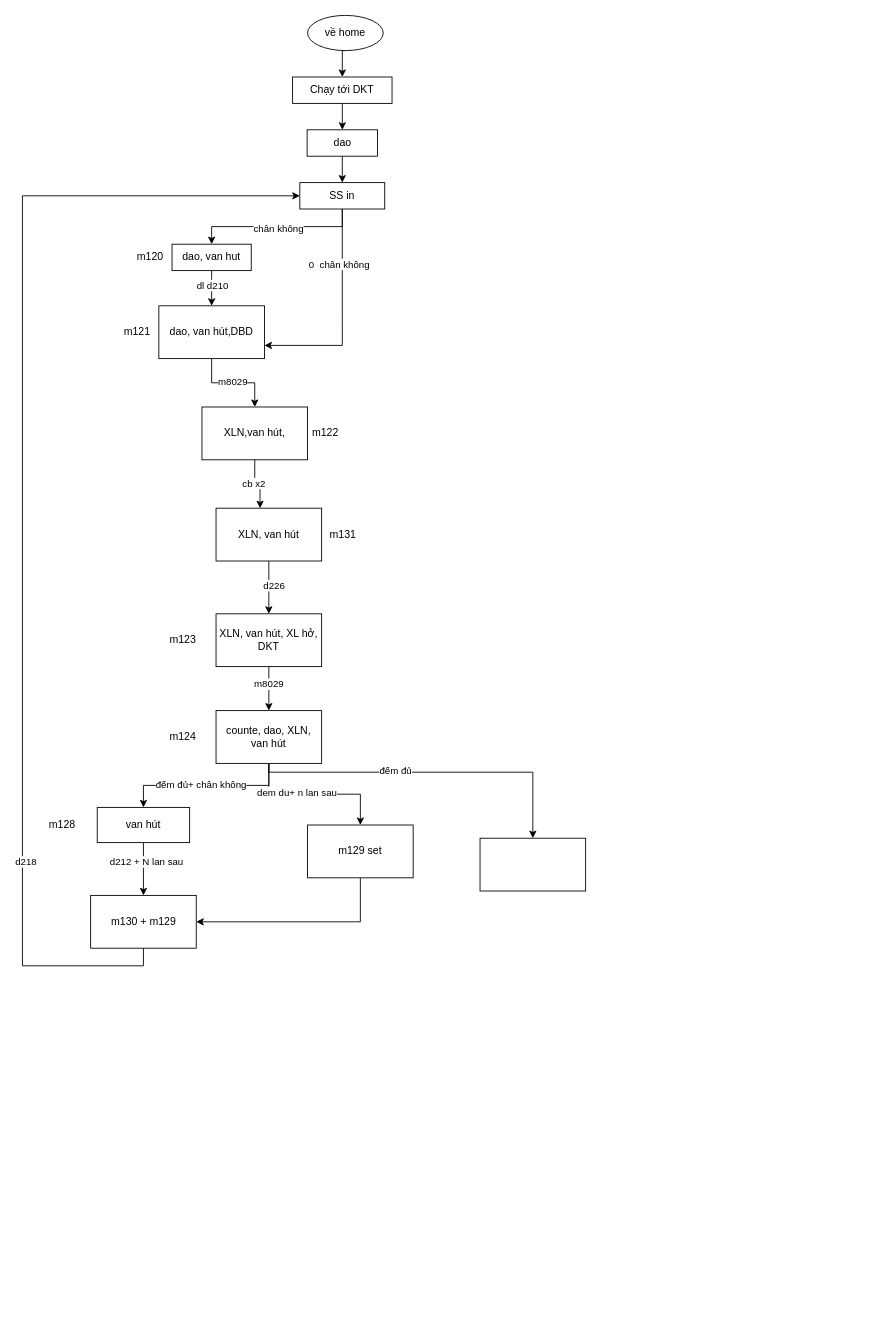
This is trai muc sau.drawio from robowindgit/a0-quyencun, a draw.io file, before an edit. Source tidied: cells renumbered, new cells numbered last; positions are measured from the earlier drawing's top-left corner, leaving out a move shared by most shapes. Both pictures are drawn from the tidied source at 88%, with x=0, y=0 at pixel (22, 15).
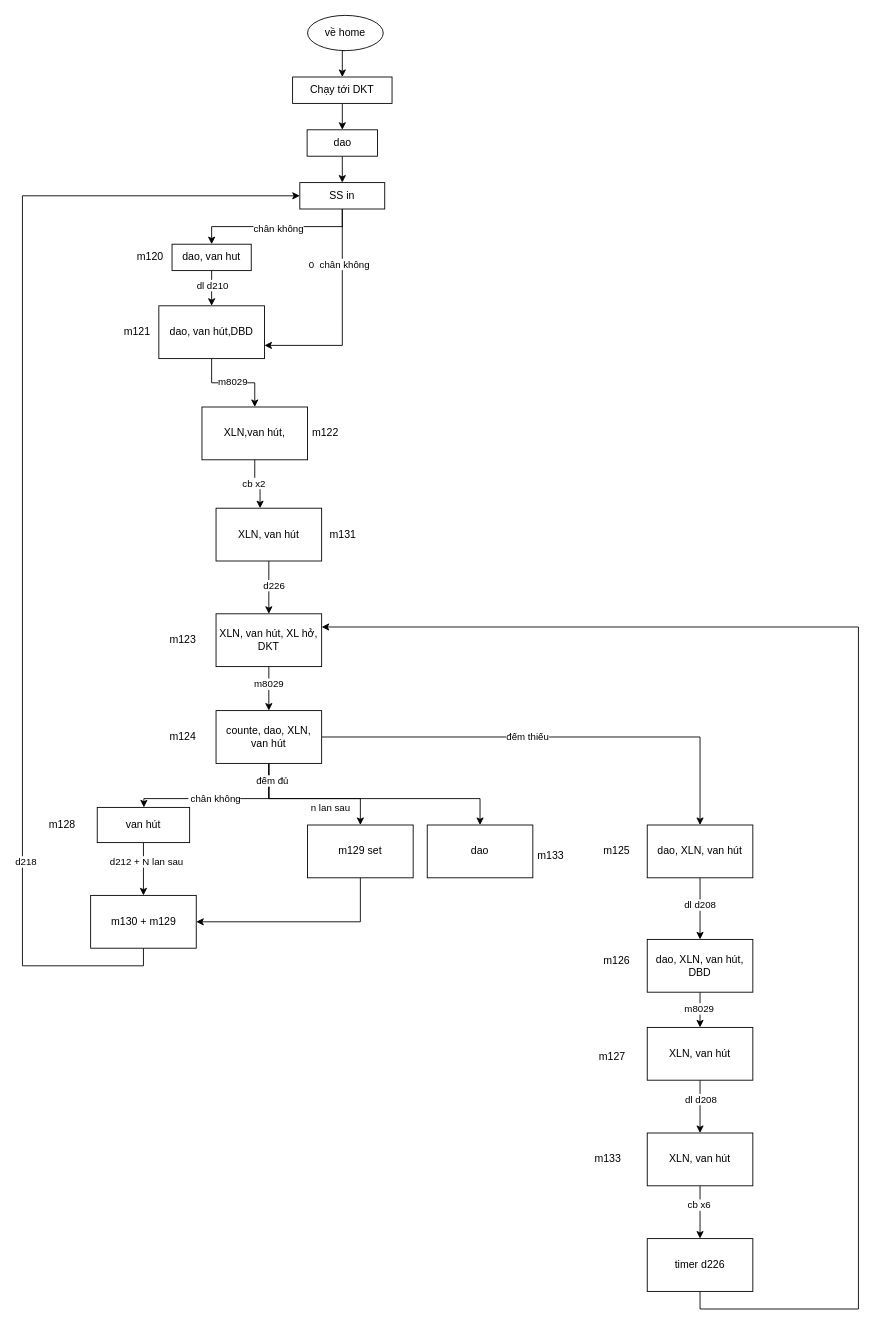
The same diagram, later.

Commit message:
Cập nhật trai muc sau.drawio

The change refers to these unchanged cells:
```xml
<mxCell id="27" value="XLN, van hút, XL hở, DKT" style="whiteSpace=wrap;html=1;" parent="1" vertex="1">
  <mxGeometry x="220" y="680" width="120" height="60" as="geometry" />
</mxCell>
<mxCell id="39" value="counte, dao, XLN, van hút" style="whiteSpace=wrap;html=1;" parent="1" vertex="1">
  <mxGeometry x="220" y="790" width="120" height="60" as="geometry" />
</mxCell>
<mxCell id="43" value="van hút" style="whiteSpace=wrap;html=1;" parent="1" vertex="1">
  <mxGeometry x="85" y="900" width="105" height="40" as="geometry" />
</mxCell>
<mxCell id="49" value="m129 set" style="whiteSpace=wrap;html=1;" parent="1" vertex="1">
  <mxGeometry x="324" y="920" width="120" height="60" as="geometry" />
</mxCell>
```

Diff of the diagram source:
```diff
@@
     <mxCell id="33" style="edgeStyle=orthogonalEdgeStyle;rounded=0;jettySize=auto;html=1;exitX=0.5;exitY=1;exitDx=0;exitDy=0;" parent="1" edge="1" source="39" target="43">
-      <mxGeometry relative="1" as="geometry" />
+      <mxGeometry relative="1" as="geometry">
+        <Array as="points">
+          <mxPoint x="280" y="890" />
+          <mxPoint x="138" y="890" />
+        </Array>
+      </mxGeometry>
     </mxCell>
-    <mxCell id="34" value="đếm đủ+ chân không" style="edgeLabel;html=1;align=center;verticalAlign=middle;" parent="33" vertex="1">
+    <mxCell id="34" value="&amp;nbsp;chân không" style="edgeLabel;html=1;align=center;verticalAlign=middle;" parent="33" vertex="1">
       <mxGeometry x="0.07" y="-1" relative="1" as="geometry" />
     </mxCell>
     <mxCell id="35" style="edgeStyle=orthogonalEdgeStyle;rounded=0;jettySize=auto;html=1;exitX=0.5;exitY=1;exitDx=0;exitDy=0;" parent="1" edge="1" source="39" target="49">
-      <mxGeometry relative="1" as="geometry" />
+      <mxGeometry relative="1" as="geometry">
+        <Array as="points">
+          <mxPoint x="280" y="890" />
+          <mxPoint x="384" y="890" />
+        </Array>
+      </mxGeometry>
     </mxCell>
-    <mxCell id="36" value="dem du+ n lan sau" style="edgeLabel;html=1;align=center;verticalAlign=middle;" parent="35" vertex="1">
+    <mxCell id="36" value="n lan sau" style="edgeLabel;html=1;align=center;verticalAlign=middle;" parent="35" vertex="1">
       <mxGeometry x="-0.25" y="3" relative="1" as="geometry">
-        <mxPoint x="1" as="offset" />
+        <mxPoint x="44" y="13" as="offset" />
       </mxGeometry>
     </mxCell>
     <mxCell id="37" style="edgeStyle=orthogonalEdgeStyle;rounded=0;jettySize=auto;html=1;exitX=0.5;exitY=1;exitDx=0;exitDy=0;entryX=0.5;entryY=0;entryDx=0;entryDy=0;" parent="1" edge="1" source="39" target="50">
       <mxGeometry relative="1" as="geometry">
         <Array as="points">
-          <mxPoint x="280" y="860" />
-          <mxPoint x="580" y="860" />
+          <mxPoint x="280" y="890" />
+          <mxPoint x="520" y="890" />
         </Array>
       </mxGeometry>
     </mxCell>
     <mxCell id="38" value="đếm đủ" style="edgeLabel;html=1;align=center;verticalAlign=middle;" parent="37" vertex="1">
-      <mxGeometry x="-0.21" y="2" relative="1" as="geometry">
-        <mxPoint x="1" as="offset" />
-      </mxGeometry>
+      <mxGeometry x="-0.88" y="3" relative="1" as="geometry" />
     </mxCell>
+    <mxCell id="51" style="edgeStyle=orthogonalEdgeStyle;rounded=0;jettySize=auto;html=1;exitX=1;exitY=0.5;exitDx=0;exitDy=0;entryX=0.5;entryY=0;entryDx=0;entryDy=0;" parent="1" edge="1" source="39" target="55">
+      <mxGeometry relative="1" as="geometry" />
+    </mxCell>
+    <mxCell id="52" value="đếm thiếu" style="edgeLabel;html=1;align=center;verticalAlign=middle;" parent="51" vertex="1">
+      <mxGeometry x="-0.12" y="1" relative="1" as="geometry" />
+    </mxCell>
@@
-    <mxCell id="50" style="whiteSpace=wrap;html=1;" parent="1" vertex="1">
-      <mxGeometry x="520" y="935" width="120" height="60" as="geometry" />
+    <mxCell id="50" value="dao" style="whiteSpace=wrap;html=1;" parent="1" vertex="1">
+      <mxGeometry x="460" y="920" width="120" height="60" as="geometry" />
     </mxCell>
+    <mxCell id="53" style="edgeStyle=orthogonalEdgeStyle;rounded=0;jettySize=auto;html=1;exitX=0.5;exitY=1;exitDx=0;exitDy=0;entryX=0.5;entryY=0;entryDx=0;entryDy=0;" parent="1" edge="1" source="55" target="60">
+      <mxGeometry relative="1" as="geometry" />
+    </mxCell>
+    <mxCell id="54" value="dl d208" style="edgeLabel;html=1;align=center;verticalAlign=middle;" parent="53" vertex="1">
+      <mxGeometry x="-0.15" y="-1" relative="1" as="geometry" />
+    </mxCell>
+    <mxCell id="55" value="dao, XLN, van hút" style="whiteSpace=wrap;html=1;" parent="1" vertex="1">
+      <mxGeometry x="710" y="920" width="120" height="60" as="geometry" />
+    </mxCell>
+    <mxCell id="56" value="m125" style="text;html=1;align=center;verticalAlign=middle;strokeColor=none;fillColor=none;" parent="1" vertex="1">
+      <mxGeometry x="650" y="935" width="50" height="30" as="geometry" />
+    </mxCell>
+    <mxCell id="57" value="m133" style="text;html=1;align=center;verticalAlign=middle;strokeColor=none;fillColor=none;" parent="1" vertex="1">
+      <mxGeometry x="575" y="940" width="50" height="30" as="geometry" />
+    </mxCell>
+    <mxCell id="58" style="edgeStyle=orthogonalEdgeStyle;rounded=0;jettySize=auto;html=1;exitX=0.5;exitY=1;exitDx=0;exitDy=0;" parent="1" edge="1" source="60" target="64">
+      <mxGeometry relative="1" as="geometry" />
+    </mxCell>
+    <mxCell id="59" value="m8029" style="edgeLabel;html=1;align=center;verticalAlign=middle;" parent="58" vertex="1">
+      <mxGeometry x="-0.11" y="-2" relative="1" as="geometry" />
+    </mxCell>
+    <mxCell id="60" value="dao, XLN, van hút, DBD" style="whiteSpace=wrap;html=1;" parent="1" vertex="1">
+      <mxGeometry x="710" y="1050" width="120" height="60" as="geometry" />
+    </mxCell>
+    <mxCell id="61" value="m126" style="text;html=1;align=center;verticalAlign=middle;strokeColor=none;fillColor=none;" parent="1" vertex="1">
+      <mxGeometry x="650" y="1060" width="50" height="30" as="geometry" />
+    </mxCell>
+    <mxCell id="62" style="edgeStyle=orthogonalEdgeStyle;rounded=0;jettySize=auto;html=1;exitX=0.5;exitY=1;exitDx=0;exitDy=0;" parent="1" edge="1" source="64" target="68">
+      <mxGeometry relative="1" as="geometry" />
+    </mxCell>
+    <mxCell id="63" value="dl d208" style="edgeLabel;html=1;align=center;verticalAlign=middle;" parent="62" vertex="1">
+      <mxGeometry x="-0.3" relative="1" as="geometry" />
+    </mxCell>
+    <mxCell id="64" value="XLN, van hút" style="whiteSpace=wrap;html=1;" parent="1" vertex="1">
+      <mxGeometry x="710" y="1150" width="120" height="60" as="geometry" />
+    </mxCell>
+    <mxCell id="65" value="m127" style="text;html=1;align=center;verticalAlign=middle;strokeColor=none;fillColor=none;" parent="1" vertex="1">
+      <mxGeometry x="645" y="1168" width="50" height="30" as="geometry" />
+    </mxCell>
+    <mxCell id="66" style="edgeStyle=orthogonalEdgeStyle;rounded=0;jettySize=auto;html=1;" parent="1" edge="1" source="68" target="71">
+      <mxGeometry relative="1" as="geometry" />
+    </mxCell>
+    <mxCell id="67" value="cb x6" style="edgeLabel;html=1;align=center;verticalAlign=middle;" parent="66" vertex="1">
+      <mxGeometry x="-0.31" y="-2" relative="1" as="geometry" />
+    </mxCell>
+    <mxCell id="68" value="XLN, van hút" style="whiteSpace=wrap;html=1;" parent="1" vertex="1">
+      <mxGeometry x="710" y="1270" width="120" height="60" as="geometry" />
+    </mxCell>
+    <mxCell id="69" value="m133" style="text;html=1;align=center;verticalAlign=middle;strokeColor=none;fillColor=none;" parent="1" vertex="1">
+      <mxGeometry x="640" y="1285" width="50" height="30" as="geometry" />
+    </mxCell>
+    <mxCell id="70" style="edgeStyle=orthogonalEdgeStyle;rounded=0;jettySize=auto;html=1;exitX=0.5;exitY=1;exitDx=0;exitDy=0;entryX=1;entryY=0.25;entryDx=0;entryDy=0;" parent="1" edge="1" source="71" target="27">
+      <mxGeometry relative="1" as="geometry">
+        <Array as="points">
+          <mxPoint x="770" y="1470" />
+          <mxPoint x="950" y="1470" />
+          <mxPoint x="950" y="695" />
+        </Array>
+      </mxGeometry>
+    </mxCell>
+    <mxCell id="71" value="timer d226" style="whiteSpace=wrap;html=1;" parent="1" vertex="1">
+      <mxGeometry x="710" y="1390" width="120" height="60" as="geometry" />
+    </mxCell>
```
